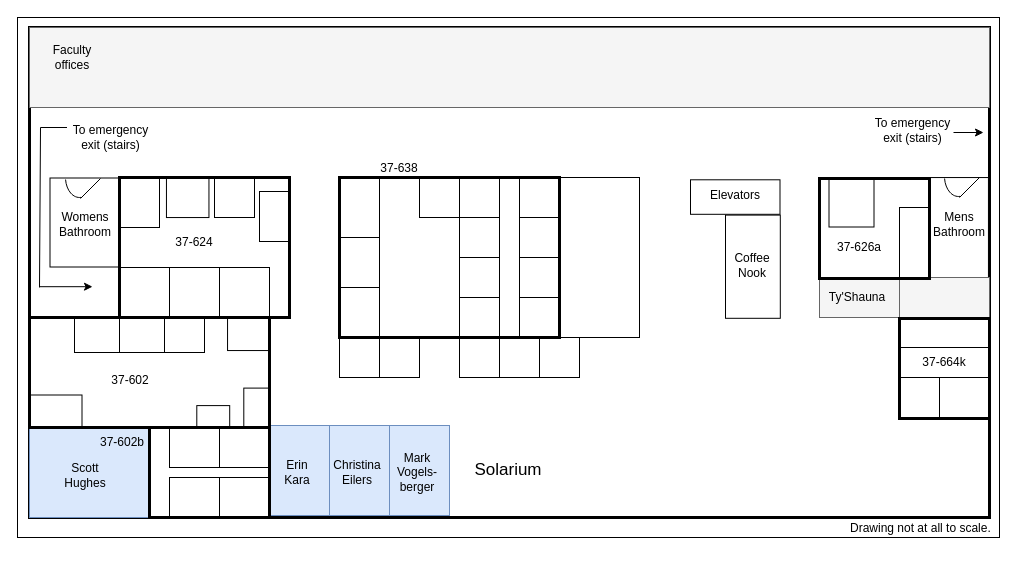
Earlier version of the draw.io diagram McNair_6thfloor_layout.drawio (CianMRoche/DeskCzar). Source tidied: cells renumbered, new cells numbered last; positions are measured from the earlier drawing's top-left corner, leaving out a move shared by most shapes. Both pictures are drawn from the tidied source at 100%, with x=0, y=0 at pixel (17, 17).
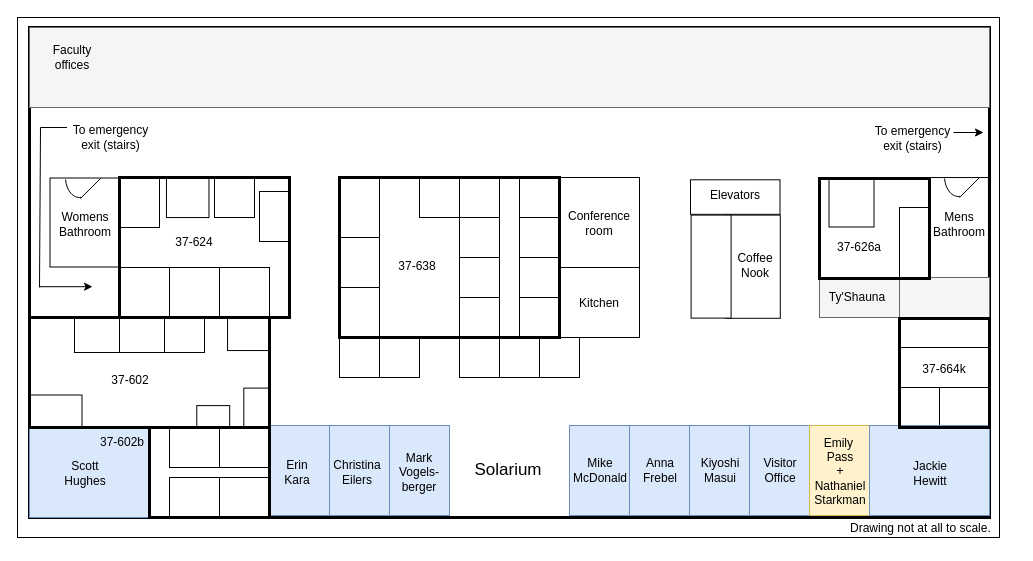
The same page after the edit.

The edit, as a diff of the source:
```diff
@@
     <mxCell id="12" style="rounded=0;whiteSpace=wrap;html=1;" parent="1" vertex="1">
-      <mxGeometry x="922" y="360" width="49" height="40" as="geometry" />
+      <mxGeometry x="922" y="370" width="49" height="40" as="geometry" />
     </mxCell>
@@
     <mxCell id="46" value="37-638" style="text;html=1;strokeColor=none;fillColor=none;align=center;verticalAlign=middle;whiteSpace=wrap;rounded=0;" parent="1" vertex="1">
-      <mxGeometry x="352" y="136" width="60" height="30" as="geometry" />
+      <mxGeometry x="370" y="234.1" width="60" height="30" as="geometry" />
     </mxCell>
@@
     <mxCell id="50" value="37-664k" style="text;html=1;strokeColor=none;fillColor=none;align=center;verticalAlign=middle;whiteSpace=wrap;rounded=0;" parent="1" vertex="1">
-      <mxGeometry x="897" y="330" width="60" height="30" as="geometry" />
+      <mxGeometry x="897" y="337" width="60" height="30" as="geometry" />
     </mxCell>
@@
     <mxCell id="53" style="rounded=0;whiteSpace=wrap;html=1;fillColor=none;" parent="1" vertex="1">
-      <mxGeometry x="882" y="360" width="40" height="40" as="geometry" />
+      <mxGeometry x="882" y="370" width="40" height="40" as="geometry" />
     </mxCell>
@@
+    <mxCell id="92" style="rounded=0;whiteSpace=wrap;html=1;rotation=90;" parent="1" vertex="1">
+      <mxGeometry x="642.1" y="229.1" width="103" height="40" as="geometry" />
+    </mxCell>
     <mxCell id="62" value="Coffee&lt;div&gt;Nook&lt;/div&gt;" style="text;html=1;strokeColor=none;fillColor=none;align=center;verticalAlign=middle;whiteSpace=wrap;rounded=0;" parent="1" vertex="1">
-      <mxGeometry x="704.9" y="233" width="60" height="30" as="geometry" />
+      <mxGeometry x="707.9" y="233" width="60" height="30" as="geometry" />
     </mxCell>
@@
     <mxCell id="71" value="Scott Hughes" style="text;html=1;strokeColor=none;fillColor=none;align=center;verticalAlign=middle;whiteSpace=wrap;rounded=0;" parent="1" vertex="1">
-      <mxGeometry x="32.5" y="430" width="70" height="55" as="geometry" />
+      <mxGeometry x="32.5" y="428" width="70" height="55" as="geometry" />
     </mxCell>
@@
     <mxCell id="76" value="To emergency exit (stairs)" style="text;html=1;strokeColor=none;fillColor=none;align=center;verticalAlign=middle;whiteSpace=wrap;rounded=0;" parent="1" vertex="1">
-      <mxGeometry x="853.5" y="85" width="83" height="55" as="geometry" />
+      <mxGeometry x="853.5" y="93" width="83" height="55" as="geometry" />
     </mxCell>
@@
     <mxCell id="81" style="rounded=0;whiteSpace=wrap;html=1;fillColor=none;" parent="1" vertex="1">
-      <mxGeometry x="542" y="160" width="80" height="160" as="geometry" />
+      <mxGeometry x="542" y="250" width="80" height="70" as="geometry" />
     </mxCell>
@@
-    <mxCell id="84" style="rounded=0;whiteSpace=wrap;html=1;fillColor=none;strokeWidth=3;" parent="1" vertex="1">
-      <mxGeometry x="882" y="301" width="90" height="100" as="geometry" />
-    </mxCell>
@@
     <mxCell id="90" value="Mark&lt;div&gt;Vogels-berger&lt;/div&gt;" style="text;html=1;strokeColor=none;fillColor=none;align=center;verticalAlign=middle;whiteSpace=wrap;rounded=0;" parent="1" vertex="1">
-      <mxGeometry x="365" y="427.5" width="70" height="55" as="geometry" />
+      <mxGeometry x="367" y="427.5" width="70" height="55" as="geometry" />
     </mxCell>
@@
+    <mxCell id="93" style="rounded=0;whiteSpace=wrap;html=1;fillColor=none;" parent="1" vertex="1">
+      <mxGeometry x="542" y="160" width="80" height="90" as="geometry" />
+    </mxCell>
+    <mxCell id="94" value="Conference&lt;div&gt;room&lt;/div&gt;" style="text;html=1;strokeColor=none;fillColor=none;align=center;verticalAlign=middle;whiteSpace=wrap;rounded=0;" parent="1" vertex="1">
+      <mxGeometry x="552" y="191" width="60" height="30" as="geometry" />
+    </mxCell>
+    <mxCell id="95" value="Kitchen" style="text;html=1;strokeColor=none;fillColor=none;align=center;verticalAlign=middle;whiteSpace=wrap;rounded=0;" parent="1" vertex="1">
+      <mxGeometry x="552" y="271" width="60" height="30" as="geometry" />
+    </mxCell>
+    <mxCell id="96" style="rounded=0;whiteSpace=wrap;html=1;fillColor=#dae8fc;strokeColor=#6c8ebf;" parent="1" vertex="1">
+      <mxGeometry x="552" y="408" width="60" height="90" as="geometry" />
+    </mxCell>
+    <mxCell id="97" value="Mike&lt;div&gt;McDonald&lt;/div&gt;" style="text;html=1;strokeColor=none;fillColor=none;align=center;verticalAlign=middle;whiteSpace=wrap;rounded=0;" parent="1" vertex="1">
+      <mxGeometry x="548" y="425.5" width="70" height="55" as="geometry" />
+    </mxCell>
+    <mxCell id="98" style="rounded=0;whiteSpace=wrap;html=1;fillColor=#dae8fc;strokeColor=#6c8ebf;" parent="1" vertex="1">
+      <mxGeometry x="612" y="408" width="60" height="90" as="geometry" />
+    </mxCell>
+    <mxCell id="99" value="Anna&lt;div&gt;Frebel&lt;/div&gt;" style="text;html=1;strokeColor=none;fillColor=none;align=center;verticalAlign=middle;whiteSpace=wrap;rounded=0;" parent="1" vertex="1">
+      <mxGeometry x="608" y="425.5" width="70" height="55" as="geometry" />
+    </mxCell>
+    <mxCell id="100" style="rounded=0;whiteSpace=wrap;html=1;fillColor=#dae8fc;strokeColor=#6c8ebf;" parent="1" vertex="1">
+      <mxGeometry x="672" y="408" width="60" height="90" as="geometry" />
+    </mxCell>
+    <mxCell id="101" value="Kiyoshi&lt;div&gt;Masui&lt;/div&gt;" style="text;html=1;strokeColor=none;fillColor=none;align=center;verticalAlign=middle;whiteSpace=wrap;rounded=0;" parent="1" vertex="1">
+      <mxGeometry x="668" y="425.5" width="70" height="55" as="geometry" />
+    </mxCell>
+    <mxCell id="102" style="rounded=0;whiteSpace=wrap;html=1;fillColor=#dae8fc;strokeColor=#6c8ebf;" parent="1" vertex="1">
+      <mxGeometry x="732" y="408" width="60" height="90" as="geometry" />
+    </mxCell>
+    <mxCell id="103" value="Visitor&lt;div&gt;Office&lt;/div&gt;" style="text;html=1;strokeColor=none;fillColor=none;align=center;verticalAlign=middle;whiteSpace=wrap;rounded=0;" parent="1" vertex="1">
+      <mxGeometry x="728" y="425.5" width="70" height="55" as="geometry" />
+    </mxCell>
+    <mxCell id="104" style="rounded=0;whiteSpace=wrap;html=1;fillColor=#fff2cc;strokeColor=#d6b656;" parent="1" vertex="1">
+      <mxGeometry x="792" y="408" width="60" height="90" as="geometry" />
+    </mxCell>
+    <mxCell id="105" style="rounded=0;whiteSpace=wrap;html=1;fillColor=#dae8fc;strokeColor=#6c8ebf;" parent="1" vertex="1">
+      <mxGeometry x="852" y="408" width="120" height="90" as="geometry" />
+    </mxCell>
+    <mxCell id="106" value="Jackie&lt;div&gt;Hewitt&lt;/div&gt;" style="text;html=1;strokeColor=none;fillColor=none;align=center;verticalAlign=middle;whiteSpace=wrap;rounded=0;" parent="1" vertex="1">
+      <mxGeometry x="878" y="428" width="70" height="55" as="geometry" />
+    </mxCell>
+    <mxCell id="84" style="rounded=0;whiteSpace=wrap;html=1;fillColor=none;strokeWidth=3;" parent="1" vertex="1">
+      <mxGeometry x="882" y="301" width="90" height="109" as="geometry" />
+    </mxCell>
+    <mxCell id="107" value="Emily&amp;nbsp;&lt;div&gt;Pass&lt;div&gt;+&lt;br&gt;&lt;div&gt;Nathaniel Starkman&lt;/div&gt;&lt;/div&gt;&lt;/div&gt;" style="text;html=1;strokeColor=none;fillColor=none;align=center;verticalAlign=middle;whiteSpace=wrap;rounded=0;" parent="1" vertex="1">
+      <mxGeometry x="788" y="426" width="70" height="55" as="geometry" />
+    </mxCell>
```
